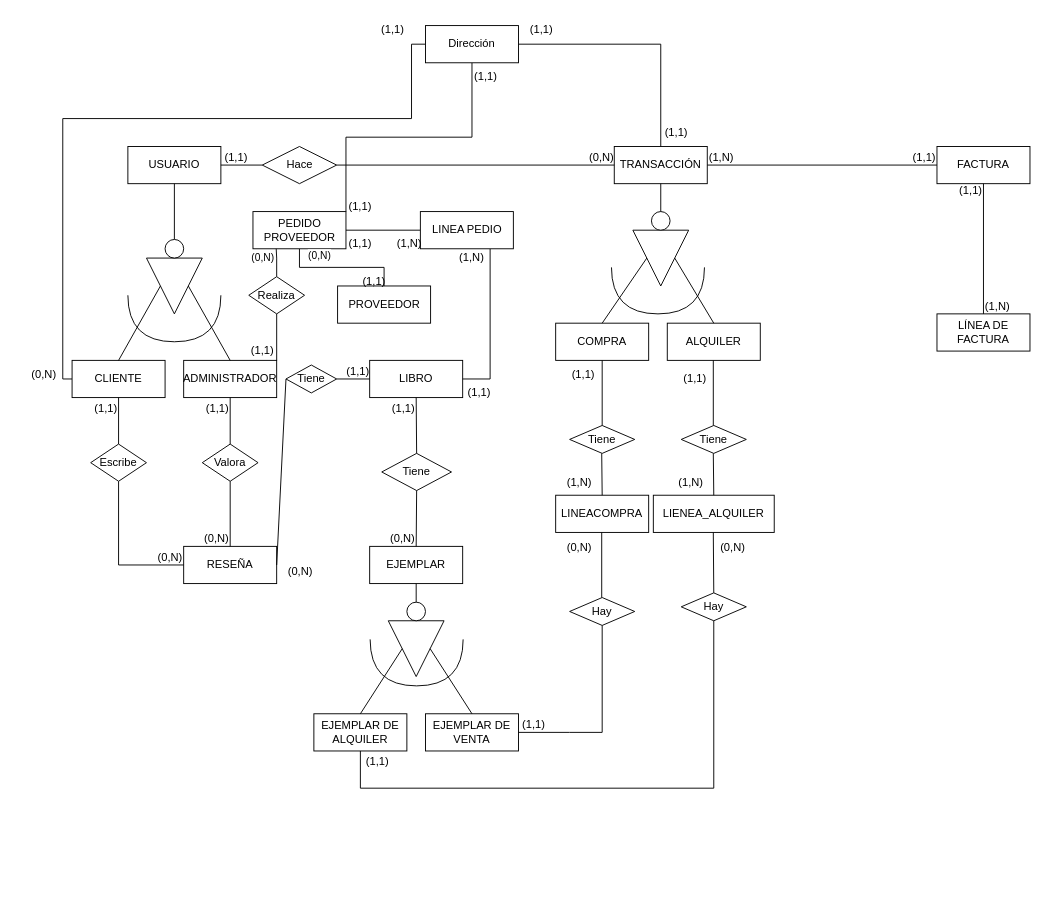
Before: Diagrama sin título.drawio in ImAlex28/draw.io, a draw.io diagram. Source tidied: cells renumbered, new cells numbered last; positions are measured from the earlier drawing's top-left corner, leaving out a move shared by most shapes. Both pictures are drawn from the tidied source at 93%, with x=0, y=0 at pixel (16, 16).
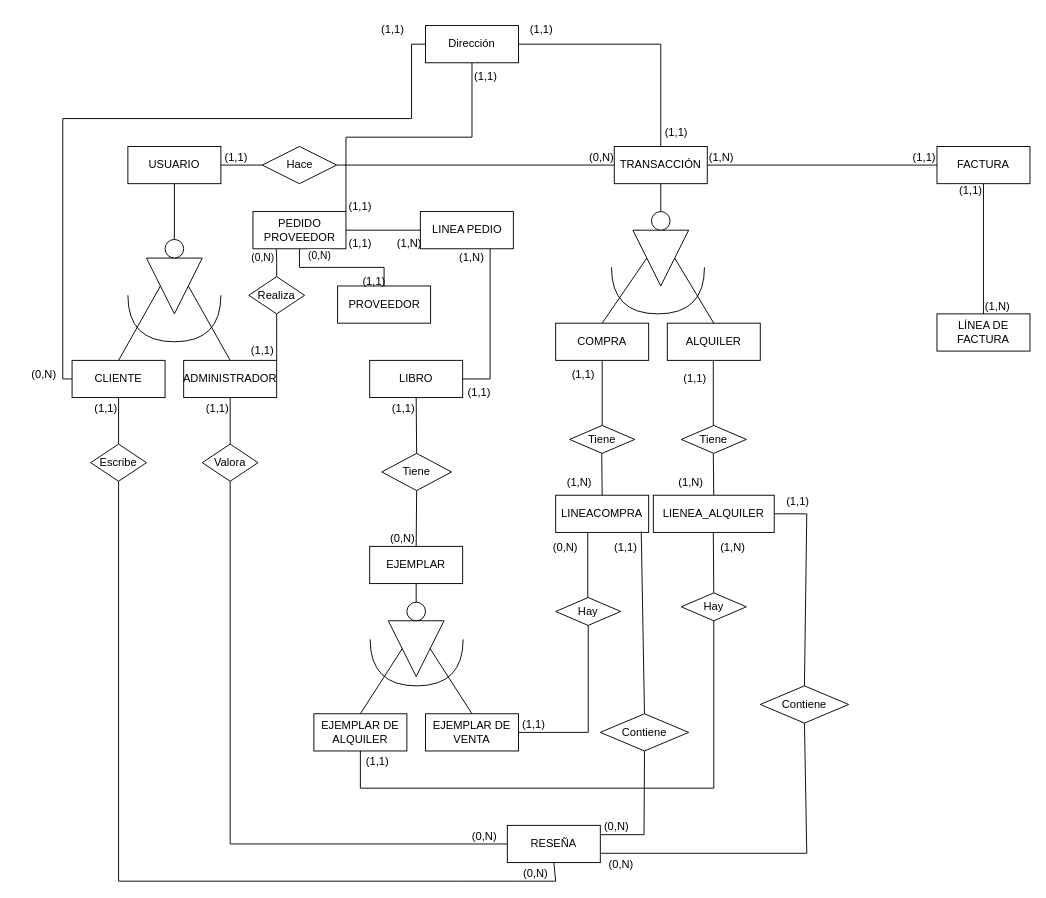
The same page after the edit.

Commit message:
Añadir parte reseñas

Unchanged cells that the change refers to:
```xml
<mxCell id="2" value="LIBRO" style="whiteSpace=wrap;html=1;align=center;" parent="1" vertex="1">
  <mxGeometry x="380" y="370" width="100" height="40" as="geometry" />
</mxCell>
<mxCell id="5" value="EJEMPLAR DE VENTA" style="whiteSpace=wrap;html=1;align=center;" parent="1" vertex="1">
  <mxGeometry x="440" y="750" width="100" height="40" as="geometry" />
</mxCell>
<mxCell id="33" value="Escribe" style="shape=rhombus;perimeter=rhombusPerimeter;whiteSpace=wrap;html=1;align=center;" parent="1" vertex="1">
  <mxGeometry x="80" y="460" width="60" height="40" as="geometry" />
</mxCell>
<mxCell id="34" value="Valora" style="shape=rhombus;perimeter=rhombusPerimeter;whiteSpace=wrap;html=1;align=center;" parent="1" vertex="1">
  <mxGeometry x="200" y="460" width="60" height="40" as="geometry" />
</mxCell>
<mxCell id="97" value="LINEACOMPRA" style="whiteSpace=wrap;html=1;align=center;" parent="1" vertex="1">
  <mxGeometry x="580" y="515" width="100" height="40" as="geometry" />
</mxCell>
<mxCell id="98" value="LIENEA_ALQUILER" style="whiteSpace=wrap;html=1;align=center;" parent="1" vertex="1">
  <mxGeometry x="685" y="515" width="130" height="40" as="geometry" />
</mxCell>
```

What changed in the source:
```diff
@@
     <mxCell id="6" value="RESEÑA" style="whiteSpace=wrap;html=1;align=center;" parent="1" vertex="1">
-      <mxGeometry x="180" y="570" width="100" height="40" as="geometry" />
+      <mxGeometry x="528" y="870" width="100" height="40" as="geometry" />
     </mxCell>
@@
-    <mxCell id="37" style="endArrow=none;html=1;rounded=0;exitX=0.5;exitY=1;exitDx=0;exitDy=0;entryX=0;entryY=0.5;entryDx=0;entryDy=0;" parent="1" edge="1" source="33" target="6">
+    <mxCell id="37" style="endArrow=none;html=1;rounded=0;exitX=0.5;exitY=1;exitDx=0;exitDy=0;entryX=0.5;entryY=1;entryDx=0;entryDy=0;" parent="1" edge="1" source="33" target="6">
       <mxGeometry relative="1" as="geometry">
         <Array as="points">
-          <mxPoint x="110" y="590" />
+          <mxPoint x="110" y="930" />
+          <mxPoint x="360" y="930" />
+          <mxPoint x="480" y="930" />
+          <mxPoint x="540" y="930" />
+          <mxPoint x="580" y="930" />
         </Array>
       </mxGeometry>
     </mxCell>
     <mxCell id="38" value="(0,N)" style="html=1;whiteSpace=wrap;align=right;verticalAlign=bottom;" parent="37" vertex="1">
-      <mxGeometry x="1" relative="1" as="geometry" />
+      <mxGeometry x="1" relative="1" as="geometry">
+        <mxPoint x="-5" y="20" as="offset" />
+      </mxGeometry>
     </mxCell>
-    <mxCell id="39" style="endArrow=none;html=1;rounded=0;entryX=0.5;entryY=0;entryDx=0;entryDy=0;exitX=0.5;exitY=1;exitDx=0;exitDy=0;" parent="1" edge="1" source="34" target="6">
-      <mxGeometry relative="1" as="geometry" />
+    <mxCell id="39" style="endArrow=none;html=1;rounded=0;entryX=0;entryY=0.5;entryDx=0;entryDy=0;exitX=0.5;exitY=1;exitDx=0;exitDy=0;" parent="1" edge="1" source="34" target="6">
+      <mxGeometry relative="1" as="geometry">
+        <Array as="points">
+          <mxPoint x="230" y="890" />
+        </Array>
+      </mxGeometry>
     </mxCell>
     <mxCell id="40" value="(0,N)" style="html=1;whiteSpace=wrap;align=right;verticalAlign=bottom;" parent="39" vertex="1">
-      <mxGeometry x="1" relative="1" as="geometry" />
+      <mxGeometry x="1" relative="1" as="geometry">
+        <mxPoint x="-10" as="offset" />
+      </mxGeometry>
     </mxCell>
@@
-    <mxCell id="43" value="Tiene" style="shape=rhombus;perimeter=rhombusPerimeter;whiteSpace=wrap;html=1;align=center;" parent="1" vertex="1">
-      <mxGeometry x="290" y="375" width="54.5" height="30" as="geometry" />
-    </mxCell>
-    <mxCell id="44" style="endArrow=none;html=1;rounded=0;exitX=0;exitY=0.5;exitDx=0;exitDy=0;entryX=1;entryY=0.5;entryDx=0;entryDy=0;" parent="1" edge="1" source="43" target="6">
-      <mxGeometry relative="1" as="geometry" />
+    <mxCell id="44" style="endArrow=none;html=1;rounded=0;entryX=1;entryY=0.75;entryDx=0;entryDy=0;exitX=0.5;exitY=1;exitDx=0;exitDy=0;" parent="1" edge="1" source="118" target="6">
+      <mxGeometry relative="1" as="geometry">
+        <Array as="points">
+          <mxPoint x="850" y="900" />
+        </Array>
+      </mxGeometry>
     </mxCell>
-    <mxCell id="45" value="(0,N)&lt;div&gt;&lt;br&gt;&lt;/div&gt;" style="html=1;whiteSpace=wrap;align=right;verticalAlign=bottom;" parent="44" vertex="1">
-      <mxGeometry x="1" relative="1" as="geometry">
-        <mxPoint x="40" y="30" as="offset" />
-      </mxGeometry>
-    </mxCell>
-    <mxCell id="46" style="endArrow=none;html=1;rounded=0;entryX=0;entryY=0.5;entryDx=0;entryDy=0;exitX=1;exitY=0.5;exitDx=0;exitDy=0;" parent="1" edge="1" source="43" target="2">
-      <mxGeometry relative="1" as="geometry" />
-    </mxCell>
-    <mxCell id="47" value="(1,1)" style="html=1;whiteSpace=wrap;align=right;verticalAlign=bottom;" parent="46" vertex="1">
-      <mxGeometry x="1" relative="1" as="geometry" />
-    </mxCell>
     <mxCell id="48" value="Hay" style="shape=rhombus;perimeter=rhombusPerimeter;whiteSpace=wrap;html=1;align=center;" parent="1" vertex="1">
-      <mxGeometry x="595" y="625" width="70" height="30" as="geometry" />
+      <mxGeometry x="580" y="625" width="70" height="30" as="geometry" />
     </mxCell>
     <mxCell id="49" style="endArrow=none;html=1;rounded=0;entryX=1;entryY=0.5;entryDx=0;entryDy=0;exitX=0.5;exitY=1;exitDx=0;exitDy=0;" parent="1" edge="1" source="48" target="5">
       <mxGeometry relative="1" as="geometry">
         <Array as="points">
-          <mxPoint x="630" y="770" />
+          <mxPoint x="615" y="770" />
           <mxPoint x="595" y="770" />
         </Array>
       </mxGeometry>
     </mxCell>
@@
     <mxCell id="109" style="endArrow=none;html=1;rounded=0;entryX=0.5;entryY=0;entryDx=0;entryDy=0;" parent="1" edge="1">
       <mxGeometry relative="1" as="geometry">
-        <mxPoint x="629.5" y="555" as="sourcePoint" />
-        <mxPoint x="629.5" y="625" as="targetPoint" />
+        <mxPoint x="614.5" y="555" as="sourcePoint" />
+        <mxPoint x="614.5" y="625" as="targetPoint" />
       </mxGeometry>
     </mxCell>
@@
-    <mxCell id="112" value="(0,N)" style="html=1;whiteSpace=wrap;align=right;verticalAlign=bottom;" parent="1" vertex="1">
+    <mxCell id="112" value="(1,N)" style="html=1;whiteSpace=wrap;align=right;verticalAlign=bottom;" parent="1" vertex="1">
       <mxGeometry x="785" y="580" as="geometry" />
     </mxCell>
+    <mxCell id="113" style="endArrow=none;html=1;rounded=0;exitX=0.5;exitY=0;exitDx=0;exitDy=0;entryX=0.92;entryY=0.975;entryDx=0;entryDy=0;entryPerimeter=0;" parent="1" edge="1" source="117" target="97">
+      <mxGeometry relative="1" as="geometry" />
+    </mxCell>
+    <mxCell id="114" value="(0,N)" style="html=1;whiteSpace=wrap;align=right;verticalAlign=bottom;" parent="1" vertex="1">
+      <mxGeometry x="660" y="880" as="geometry" />
+    </mxCell>
+    <mxCell id="115" value="(0,N)" style="html=1;whiteSpace=wrap;align=right;verticalAlign=bottom;" parent="1" vertex="1">
+      <mxGeometry x="665" y="920" as="geometry" />
+    </mxCell>
+    <mxCell id="116" style="endArrow=none;html=1;rounded=0;exitX=1;exitY=0.25;exitDx=0;exitDy=0;entryX=0.5;entryY=1;entryDx=0;entryDy=0;" parent="1" edge="1" source="6" target="117">
+      <mxGeometry relative="1" as="geometry">
+        <Array as="points">
+          <mxPoint x="675" y="880" />
+        </Array>
+      </mxGeometry>
+    </mxCell>
+    <mxCell id="117" value="Contiene" style="shape=rhombus;perimeter=rhombusPerimeter;whiteSpace=wrap;html=1;align=center;" parent="1" vertex="1">
+      <mxGeometry x="628" y="750" width="95" height="40" as="geometry" />
+    </mxCell>
+    <mxCell id="118" value="Contiene" style="shape=rhombus;perimeter=rhombusPerimeter;whiteSpace=wrap;html=1;align=center;" parent="1" vertex="1">
+      <mxGeometry x="800" y="720" width="95" height="40" as="geometry" />
+    </mxCell>
+    <mxCell id="119" style="endArrow=none;html=1;rounded=0;exitX=0.5;exitY=0;exitDx=0;exitDy=0;entryX=1;entryY=0.5;entryDx=0;entryDy=0;" parent="1" edge="1" source="118" target="98">
+      <mxGeometry relative="1" as="geometry">
+        <Array as="points">
+          <mxPoint x="850" y="535" />
+        </Array>
+      </mxGeometry>
+    </mxCell>
+    <mxCell id="120" value="(1,1)" style="html=1;whiteSpace=wrap;align=right;verticalAlign=bottom;" parent="1" vertex="1">
+      <mxGeometry x="615" y="560" as="geometry">
+        <mxPoint x="54" y="20" as="offset" />
+      </mxGeometry>
+    </mxCell>
+    <mxCell id="121" value="(1,1)" style="html=1;whiteSpace=wrap;align=right;verticalAlign=bottom;" parent="1" vertex="1">
+      <mxGeometry x="800" y="510" as="geometry">
+        <mxPoint x="54" y="20" as="offset" />
+      </mxGeometry>
+    </mxCell>
```
